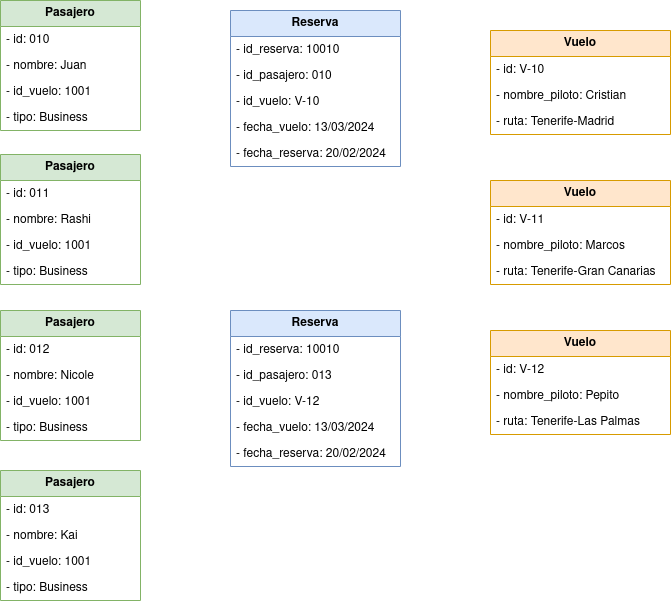
Above: diagramas_objetos/reserva-vuelos/diagrama-objetos-reserva-vuelos.drawio.png in JesusLugo2002/ETS (draw.io), before the change. Source tidied: cells renumbered, new cells last; positions are measured from the earlier drawing's top-left corner, leaving out a move shared by most shapes.
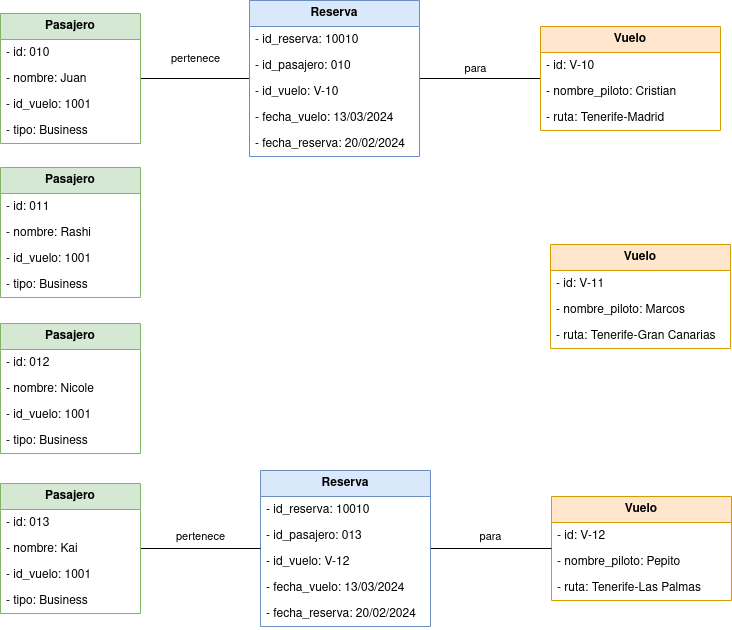
After the commit.

Diff of the diagram source:
```diff
@@ -2,6 +2,9 @@
   <root>
     <mxCell id="0" />
     <mxCell id="1" parent="0" />
+    <mxCell id="46" style="edgeStyle=orthogonalEdgeStyle;rounded=0;jettySize=auto;html=1;endArrow=none;endFill=0;" parent="1" edge="1" source="2" target="7">
+      <mxGeometry relative="1" as="geometry" />
+    </mxCell>
     <mxCell id="2" value="Pasajero" style="swimlane;fontStyle=1;horizontal=1;startSize=26;fillColor=#d5e8d4;whiteSpace=wrap;html=1;strokeColor=#82b366;" parent="1" vertex="1">
       <mxGeometry width="140" height="130" as="geometry" />
     </mxCell>
@@ -17,8 +20,11 @@
     <mxCell id="6" value="- tipo: Business" style="text;strokeColor=none;fillColor=none;align=left;verticalAlign=top;spacingLeft=4;spacingRight=4;overflow=hidden;whiteSpace=wrap;html=1;" parent="2" vertex="1">
       <mxGeometry y="104" width="140" height="26" as="geometry" />
     </mxCell>
+    <mxCell id="47" style="edgeStyle=orthogonalEdgeStyle;rounded=0;jettySize=auto;html=1;strokeColor=default;align=center;verticalAlign=middle;fontFamily=Helvetica;fontSize=11;fontColor=default;labelBackgroundColor=default;endArrow=none;endFill=0;" parent="1" edge="1" source="7" target="13">
+      <mxGeometry relative="1" as="geometry" />
+    </mxCell>
     <mxCell id="7" value="Reserva" style="swimlane;fontStyle=1;horizontal=1;startSize=26;fillColor=#dae8fc;whiteSpace=wrap;html=1;strokeColor=#6c8ebf;" parent="1" vertex="1">
-      <mxGeometry x="230" y="10" width="170" height="156" as="geometry" />
+      <mxGeometry x="249" y="-13" width="170" height="156" as="geometry" />
     </mxCell>
     <mxCell id="8" value="- id_reserva: 10010" style="text;strokeColor=none;fillColor=none;align=left;verticalAlign=top;spacingLeft=4;spacingRight=4;overflow=hidden;whiteSpace=wrap;html=1;" parent="7" vertex="1">
       <mxGeometry y="26" width="170" height="26" as="geometry" />
@@ -36,7 +42,7 @@
       <mxGeometry y="130" width="170" height="26" as="geometry" />
     </mxCell>
     <mxCell id="13" value="Vuelo" style="swimlane;fontStyle=1;horizontal=1;startSize=26;fillColor=#ffe6cc;whiteSpace=wrap;html=1;strokeColor=#d79b00;" parent="1" vertex="1">
-      <mxGeometry x="490" y="30" width="180" height="104" as="geometry" />
+      <mxGeometry x="540" y="13" width="180" height="104" as="geometry" />
     </mxCell>
     <mxCell id="14" value="- id: V-10" style="text;strokeColor=none;fillColor=none;align=left;verticalAlign=top;spacingLeft=4;spacingRight=4;overflow=hidden;whiteSpace=wrap;html=1;" parent="13" vertex="1">
       <mxGeometry y="26" width="180" height="26" as="geometry" />
@@ -48,7 +54,7 @@
       <mxGeometry y="78" width="180" height="26" as="geometry" />
     </mxCell>
     <mxCell id="17" value="Vuelo" style="swimlane;fontStyle=1;horizontal=1;startSize=26;fillColor=#ffe6cc;whiteSpace=wrap;html=1;strokeColor=#d79b00;" parent="1" vertex="1">
-      <mxGeometry x="490" y="180" width="180" height="104" as="geometry" />
+      <mxGeometry x="550" y="231" width="180" height="104" as="geometry" />
     </mxCell>
     <mxCell id="18" value="- id: V-11" style="text;strokeColor=none;fillColor=none;align=left;verticalAlign=top;spacingLeft=4;spacingRight=4;overflow=hidden;whiteSpace=wrap;html=1;" parent="17" vertex="1">
       <mxGeometry y="26" width="180" height="26" as="geometry" />
@@ -60,7 +66,7 @@
       <mxGeometry y="78" width="180" height="26" as="geometry" />
     </mxCell>
     <mxCell id="21" value="Vuelo" style="swimlane;fontStyle=1;horizontal=1;startSize=26;fillColor=#ffe6cc;whiteSpace=wrap;html=1;strokeColor=#d79b00;" parent="1" vertex="1">
-      <mxGeometry x="490" y="330" width="180" height="104" as="geometry" />
+      <mxGeometry x="551" y="483" width="180" height="104" as="geometry" />
     </mxCell>
     <mxCell id="22" value="- id: V-12" style="text;strokeColor=none;fillColor=none;align=left;verticalAlign=top;spacingLeft=4;spacingRight=4;overflow=hidden;whiteSpace=wrap;html=1;" parent="21" vertex="1">
       <mxGeometry y="26" width="180" height="26" as="geometry" />
@@ -71,8 +77,11 @@
     <mxCell id="24" value="- ruta: Tenerife-Las Palmas" style="text;strokeColor=none;fillColor=none;align=left;verticalAlign=top;spacingLeft=4;spacingRight=4;overflow=hidden;whiteSpace=wrap;html=1;" parent="21" vertex="1">
       <mxGeometry y="78" width="180" height="26" as="geometry" />
     </mxCell>
+    <mxCell id="48" style="edgeStyle=orthogonalEdgeStyle;rounded=0;jettySize=auto;html=1;strokeColor=default;align=center;verticalAlign=middle;fontFamily=Helvetica;fontSize=11;fontColor=default;labelBackgroundColor=default;endArrow=none;endFill=0;" parent="1" edge="1" source="25" target="21">
+      <mxGeometry relative="1" as="geometry" />
+    </mxCell>
     <mxCell id="25" value="Reserva" style="swimlane;fontStyle=1;horizontal=1;startSize=26;fillColor=#dae8fc;whiteSpace=wrap;html=1;strokeColor=#6c8ebf;" parent="1" vertex="1">
-      <mxGeometry x="230" y="310" width="170" height="156" as="geometry" />
+      <mxGeometry x="260" y="457" width="170" height="156" as="geometry" />
     </mxCell>
     <mxCell id="26" value="- id_reserva: 10010" style="text;strokeColor=none;fillColor=none;align=left;verticalAlign=top;spacingLeft=4;spacingRight=4;overflow=hidden;whiteSpace=wrap;html=1;" parent="25" vertex="1">
       <mxGeometry y="26" width="170" height="26" as="geometry" />
@@ -119,6 +128,9 @@
     <mxCell id="40" value="- tipo: Business" style="text;strokeColor=none;fillColor=none;align=left;verticalAlign=top;spacingLeft=4;spacingRight=4;overflow=hidden;whiteSpace=wrap;html=1;" parent="36" vertex="1">
       <mxGeometry y="104" width="140" height="26" as="geometry" />
     </mxCell>
+    <mxCell id="49" style="edgeStyle=orthogonalEdgeStyle;rounded=0;jettySize=auto;html=1;strokeColor=default;align=center;verticalAlign=middle;fontFamily=Helvetica;fontSize=11;fontColor=default;labelBackgroundColor=default;endArrow=none;endFill=0;" parent="1" edge="1" source="41" target="25">
+      <mxGeometry relative="1" as="geometry" />
+    </mxCell>
     <mxCell id="41" value="Pasajero" style="swimlane;fontStyle=1;horizontal=1;startSize=26;fillColor=#d5e8d4;whiteSpace=wrap;html=1;strokeColor=#82b366;" parent="1" vertex="1">
       <mxGeometry y="470" width="140" height="130" as="geometry" />
     </mxCell>
@@ -134,5 +146,17 @@
     <mxCell id="45" value="- tipo: Business" style="text;strokeColor=none;fillColor=none;align=left;verticalAlign=top;spacingLeft=4;spacingRight=4;overflow=hidden;whiteSpace=wrap;html=1;" parent="41" vertex="1">
       <mxGeometry y="104" width="140" height="26" as="geometry" />
     </mxCell>
+    <mxCell id="50" value="para" style="text;html=1;align=center;verticalAlign=middle;strokeColor=none;fillColor=none;fontFamily=Helvetica;fontSize=11;fontColor=default;labelBackgroundColor=default;" parent="1" vertex="1">
+      <mxGeometry x="465" y="508" width="50" height="30" as="geometry" />
+    </mxCell>
+    <mxCell id="51" value="pertenece" style="text;html=1;align=center;verticalAlign=middle;strokeColor=none;fillColor=none;fontFamily=Helvetica;fontSize=11;fontColor=default;labelBackgroundColor=default;" parent="1" vertex="1">
+      <mxGeometry x="165" y="508" width="70" height="30" as="geometry" />
+    </mxCell>
+    <mxCell id="52" value="pertenece" style="text;html=1;align=center;verticalAlign=middle;strokeColor=none;fillColor=none;fontFamily=Helvetica;fontSize=11;fontColor=default;labelBackgroundColor=default;" parent="1" vertex="1">
+      <mxGeometry x="160" y="30" width="70" height="30" as="geometry" />
+    </mxCell>
+    <mxCell id="53" value="para" style="text;html=1;align=center;verticalAlign=middle;strokeColor=none;fillColor=none;fontFamily=Helvetica;fontSize=11;fontColor=default;labelBackgroundColor=default;" parent="1" vertex="1">
+      <mxGeometry x="450" y="40" width="50" height="30" as="geometry" />
+    </mxCell>
   </root>
 </mxGraphModel>
```
